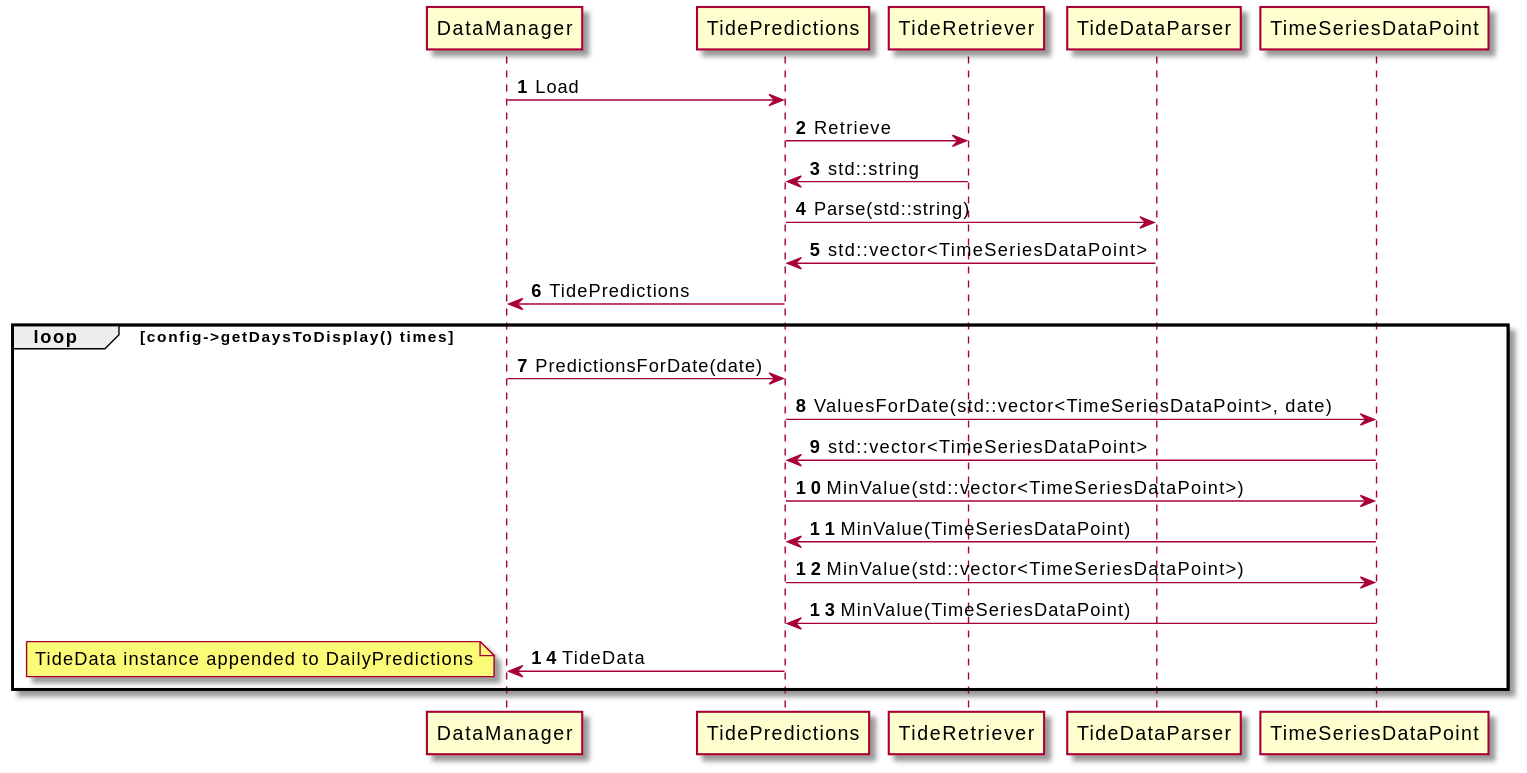
Above: docs/TideDataETL.svg in ciroque/tidal (PlantUML), before the change.
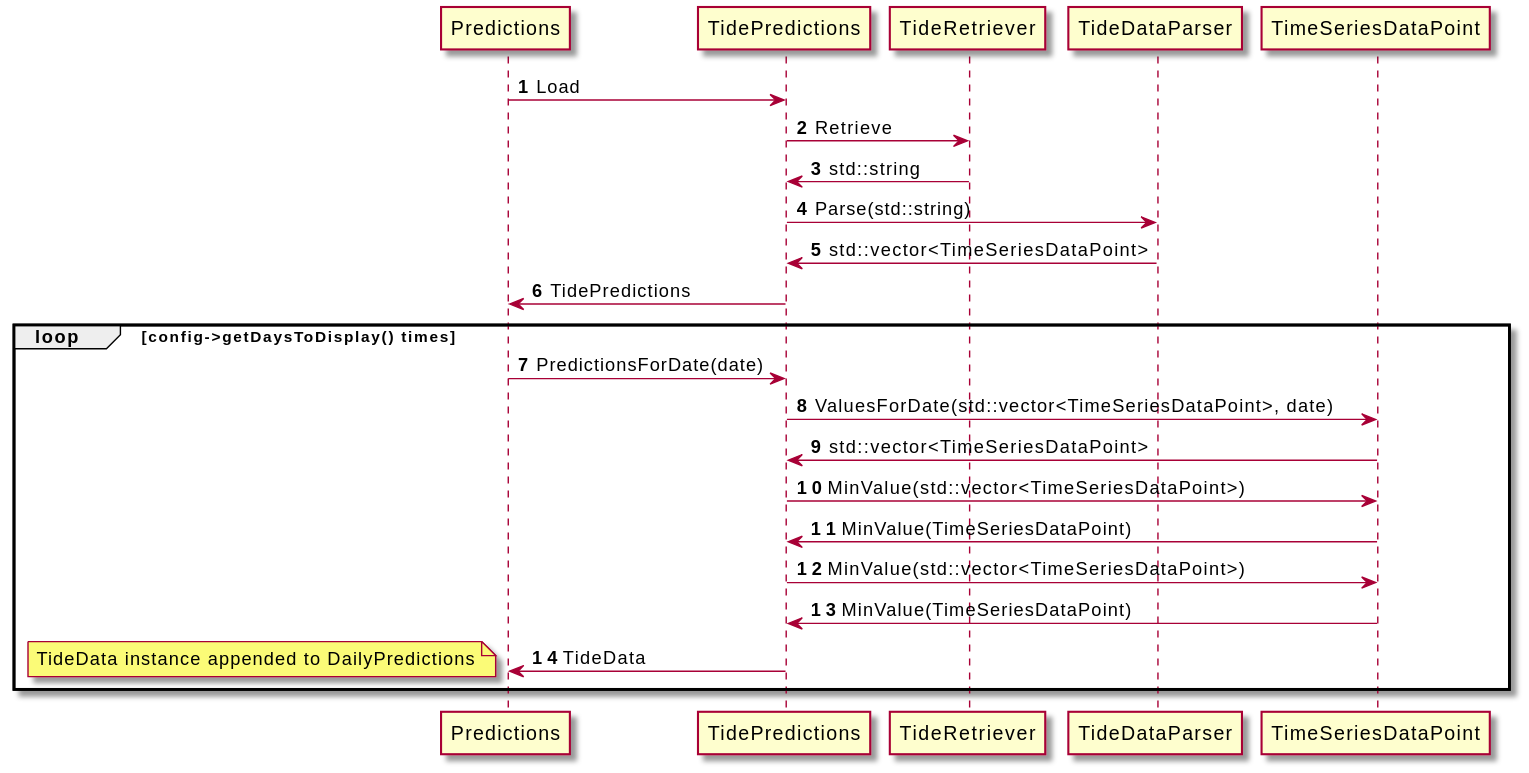
Later version of the same file.

Change to the diagram source:
```diff
@@ -2,15 +2,15 @@
 
 autonumber
 
-DataManager -> TidePredictions : Load
+Predictions -> TidePredictions : Load
 TidePredictions -> TideRetriever : Retrieve
 TidePredictions <- TideRetriever : std::string
 TidePredictions -> TideDataParser : Parse(std::string)
 TidePredictions <- TideDataParser : std::vector<TimeSeriesDataPoint>
-DataManager <- TidePredictions : TidePredictions
+Predictions <- TidePredictions : TidePredictions
 
 loop config->getDaysToDisplay() times
-    DataManager -> TidePredictions : PredictionsForDate(date)
+    Predictions -> TidePredictions : PredictionsForDate(date)
 
     TidePredictions -> TimeSeriesDataPoint : ValuesForDate(std::vector<TimeSeriesDataPoint>, date)
     TidePredictions <- TimeSeriesDataPoint : std::vector<TimeSeriesDataPoint>
@@ -21,7 +21,7 @@
     TidePredictions -> TimeSeriesDataPoint : MinValue(std::vector<TimeSeriesDataPoint>)
     TidePredictions <- TimeSeriesDataPoint : MinValue(TimeSeriesDataPoint)
 
-    DataManager <- TidePredictions : TideData
+    Predictions <- TidePredictions : TideData
 
     note left : TideData instance appended to DailyPredictions
 end
```
